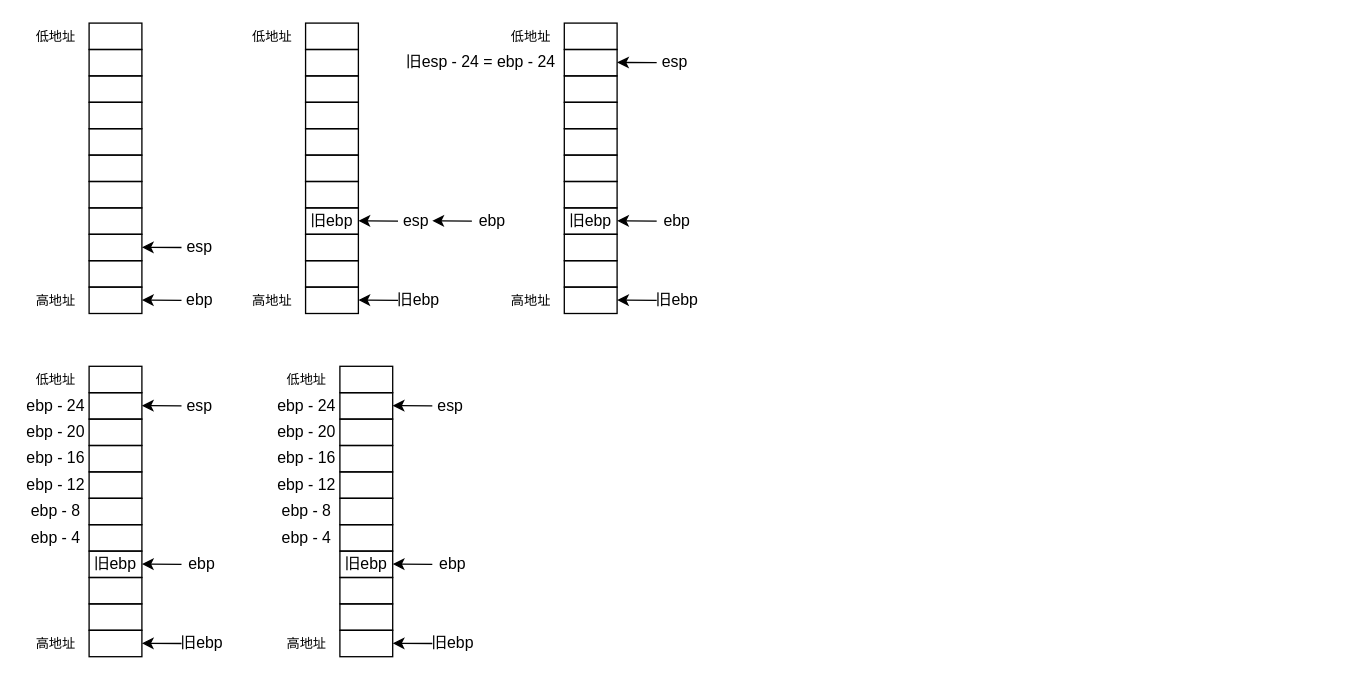
Earlier version of the draw.io diagram 绘图/栈.drawio (galaxynn/PostgraduateEntranceExams). Source tidied: cells renumbered, new cells numbered last; positions are measured from the earlier drawing's top-left corner, leaving out a move shared by most shapes. Both pictures are drawn from the tidied source at 132%, with x=0, y=0 at pixel (22, 22).
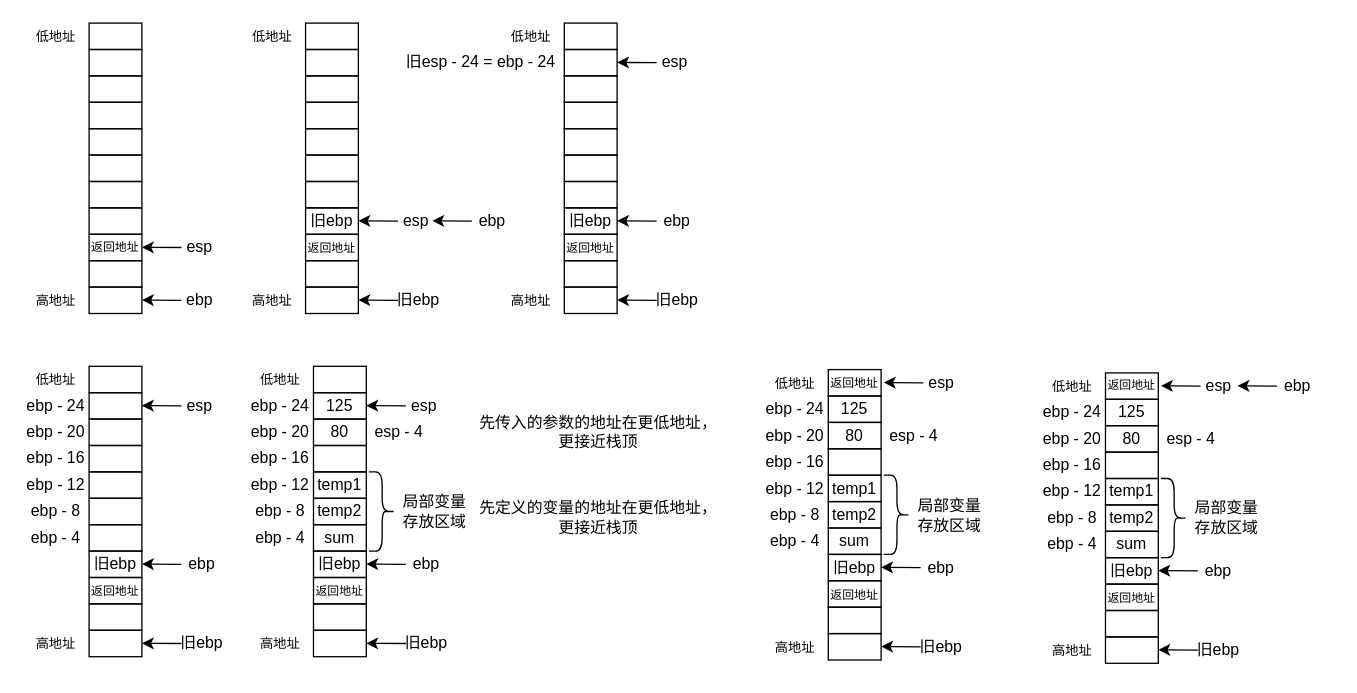
After the change.

Commit message:
vault backup: 2026-08-27 11:18:49

The edit, as a diff of the source:
```diff
@@
-    <mxCell id="10" style="rounded=0;whiteSpace=wrap;html=1;fillColor=none;" parent="1" vertex="1">
+    <mxCell id="10" value="返回地址" style="rounded=0;whiteSpace=wrap;html=1;fillColor=none;fontSize=9;" parent="1" vertex="1">
       <mxGeometry x="50" y="160" width="40" height="20" as="geometry" />
     </mxCell>
@@
-    <mxCell id="29" style="rounded=0;whiteSpace=wrap;html=1;fillColor=none;" parent="1" vertex="1">
+    <mxCell id="29" value="&lt;span style=&quot;font-size: 9px;&quot;&gt;返回地址&lt;/span&gt;" style="rounded=0;whiteSpace=wrap;html=1;fillColor=none;" parent="1" vertex="1">
       <mxGeometry x="214" y="160" width="40" height="20" as="geometry" />
     </mxCell>
@@
-    <mxCell id="51" style="rounded=0;whiteSpace=wrap;html=1;fillColor=none;" parent="1" vertex="1">
+    <mxCell id="51" value="&lt;span style=&quot;font-size: 9px;&quot;&gt;返回地址&lt;/span&gt;" style="rounded=0;whiteSpace=wrap;html=1;fillColor=none;" parent="1" vertex="1">
       <mxGeometry x="410" y="160" width="40" height="20" as="geometry" />
     </mxCell>
@@
-    <mxCell id="73" style="rounded=0;whiteSpace=wrap;html=1;fillColor=none;" parent="1" vertex="1">
+    <mxCell id="73" value="&lt;span style=&quot;font-size: 9px;&quot;&gt;返回地址&lt;/span&gt;" style="rounded=0;whiteSpace=wrap;html=1;fillColor=none;" parent="1" vertex="1">
       <mxGeometry x="50" y="420" width="40" height="20" as="geometry" />
     </mxCell>
@@
     <mxCell id="94" style="rounded=0;whiteSpace=wrap;html=1;fillColor=none;" parent="1" vertex="1">
-      <mxGeometry x="240" y="260" width="40" height="20" as="geometry" />
+      <mxGeometry x="220" y="260" width="40" height="20" as="geometry" />
     </mxCell>
-    <mxCell id="95" style="rounded=0;whiteSpace=wrap;html=1;fillColor=none;" parent="1" vertex="1">
-      <mxGeometry x="240" y="280" width="40" height="20" as="geometry" />
+    <mxCell id="95" value="125" style="rounded=0;whiteSpace=wrap;html=1;fillColor=none;" parent="1" vertex="1">
+      <mxGeometry x="220" y="280" width="40" height="20" as="geometry" />
     </mxCell>
-    <mxCell id="96" style="rounded=0;whiteSpace=wrap;html=1;fillColor=none;" parent="1" vertex="1">
-      <mxGeometry x="240" y="300" width="40" height="20" as="geometry" />
+    <mxCell id="96" value="80" style="rounded=0;whiteSpace=wrap;html=1;fillColor=none;" parent="1" vertex="1">
+      <mxGeometry x="220" y="300" width="40" height="20" as="geometry" />
     </mxCell>
     <mxCell id="97" style="rounded=0;whiteSpace=wrap;html=1;fillColor=none;" parent="1" vertex="1">
-      <mxGeometry x="240" y="320" width="40" height="20" as="geometry" />
+      <mxGeometry x="220" y="320" width="40" height="20" as="geometry" />
     </mxCell>
-    <mxCell id="98" style="rounded=0;whiteSpace=wrap;html=1;fillColor=none;" parent="1" vertex="1">
-      <mxGeometry x="240" y="340" width="40" height="20" as="geometry" />
+    <mxCell id="98" value="temp1" style="rounded=0;whiteSpace=wrap;html=1;fillColor=none;" parent="1" vertex="1">
+      <mxGeometry x="220" y="340" width="40" height="20" as="geometry" />
     </mxCell>
-    <mxCell id="99" style="rounded=0;whiteSpace=wrap;html=1;fillColor=none;" parent="1" vertex="1">
-      <mxGeometry x="240" y="360" width="40" height="20" as="geometry" />
+    <mxCell id="99" value="temp2" style="rounded=0;whiteSpace=wrap;html=1;fillColor=none;" parent="1" vertex="1">
+      <mxGeometry x="220" y="360" width="40" height="20" as="geometry" />
     </mxCell>
-    <mxCell id="100" style="rounded=0;whiteSpace=wrap;html=1;fillColor=none;" parent="1" vertex="1">
-      <mxGeometry x="240" y="380" width="40" height="20" as="geometry" />
+    <mxCell id="100" value="sum" style="rounded=0;whiteSpace=wrap;html=1;fillColor=none;" parent="1" vertex="1">
+      <mxGeometry x="220" y="380" width="40" height="20" as="geometry" />
     </mxCell>
     <mxCell id="101" value="旧ebp" style="rounded=0;whiteSpace=wrap;html=1;fillColor=none;" parent="1" vertex="1">
-      <mxGeometry x="240" y="400" width="40" height="20" as="geometry" />
+      <mxGeometry x="220" y="400" width="40" height="20" as="geometry" />
     </mxCell>
-    <mxCell id="102" style="rounded=0;whiteSpace=wrap;html=1;fillColor=none;" parent="1" vertex="1">
-      <mxGeometry x="240" y="420" width="40" height="20" as="geometry" />
+    <mxCell id="102" value="&lt;span style=&quot;font-size: 9px;&quot;&gt;返回地址&lt;/span&gt;" style="rounded=0;whiteSpace=wrap;html=1;fillColor=none;" parent="1" vertex="1">
+      <mxGeometry x="220" y="420" width="40" height="20" as="geometry" />
     </mxCell>
     <mxCell id="103" style="rounded=0;whiteSpace=wrap;html=1;fillColor=none;" parent="1" vertex="1">
-      <mxGeometry x="240" y="440" width="40" height="20" as="geometry" />
+      <mxGeometry x="220" y="440" width="40" height="20" as="geometry" />
     </mxCell>
     <mxCell id="104" value="高地址" style="text;html=1;align=center;verticalAlign=middle;whiteSpace=wrap;rounded=0;fontSize=10;" parent="1" vertex="1">
-      <mxGeometry x="190" y="460" width="50" height="20" as="geometry" />
+      <mxGeometry x="170" y="460" width="50" height="20" as="geometry" />
     </mxCell>
     <mxCell id="105" value="低地址" style="text;html=1;align=center;verticalAlign=middle;whiteSpace=wrap;rounded=0;fontSize=10;" parent="1" vertex="1">
-      <mxGeometry x="190" y="260" width="50" height="20" as="geometry" />
+      <mxGeometry x="170" y="260" width="50" height="20" as="geometry" />
     </mxCell>
     <mxCell id="106" style="rounded=0;whiteSpace=wrap;html=1;fillColor=none;" parent="1" vertex="1">
-      <mxGeometry x="240" y="460" width="40" height="20" as="geometry" />
+      <mxGeometry x="220" y="460" width="40" height="20" as="geometry" />
     </mxCell>
     <mxCell id="107" style="group;" parent="1" vertex="1">
-      <mxGeometry x="280" y="455" width="74" height="30" as="geometry" />
+      <mxGeometry x="260" y="455" width="74" height="30" as="geometry" />
     </mxCell>
@@
     <mxCell id="110" style="group;" parent="1" vertex="1">
-      <mxGeometry x="280" y="275" width="74" height="30" as="geometry" />
+      <mxGeometry x="260" y="275" width="74" height="30" as="geometry" />
     </mxCell>
@@
     <mxCell id="113" style="group;" parent="1" vertex="1">
-      <mxGeometry x="280" y="395" width="74" height="30" as="geometry" />
+      <mxGeometry x="260" y="395" width="74" height="30" as="geometry" />
     </mxCell>
@@
     <mxCell id="116" value="ebp - 24" style="text;html=1;align=center;verticalAlign=middle;whiteSpace=wrap;rounded=0;" parent="1" vertex="1">
-      <mxGeometry x="190" y="280" width="50" height="20" as="geometry" />
+      <mxGeometry x="170" y="280" width="50" height="20" as="geometry" />
     </mxCell>
     <mxCell id="117" value="ebp - 20" style="text;html=1;align=center;verticalAlign=middle;whiteSpace=wrap;rounded=0;" parent="1" vertex="1">
-      <mxGeometry x="190" y="300" width="50" height="20" as="geometry" />
+      <mxGeometry x="170" y="300" width="50" height="20" as="geometry" />
     </mxCell>
     <mxCell id="118" value="ebp - 16" style="text;html=1;align=center;verticalAlign=middle;whiteSpace=wrap;rounded=0;" parent="1" vertex="1">
-      <mxGeometry x="190" y="320" width="50" height="20" as="geometry" />
+      <mxGeometry x="170" y="320" width="50" height="20" as="geometry" />
     </mxCell>
     <mxCell id="119" value="ebp - 12" style="text;html=1;align=center;verticalAlign=middle;whiteSpace=wrap;rounded=0;" parent="1" vertex="1">
-      <mxGeometry x="190" y="340" width="50" height="20" as="geometry" />
+      <mxGeometry x="170" y="340" width="50" height="20" as="geometry" />
     </mxCell>
     <mxCell id="120" value="ebp - 8" style="text;html=1;align=center;verticalAlign=middle;whiteSpace=wrap;rounded=0;" parent="1" vertex="1">
-      <mxGeometry x="190" y="360" width="50" height="20" as="geometry" />
+      <mxGeometry x="170" y="360" width="50" height="20" as="geometry" />
     </mxCell>
     <mxCell id="121" value="ebp - 4" style="text;html=1;align=center;verticalAlign=middle;whiteSpace=wrap;rounded=0;" parent="1" vertex="1">
-      <mxGeometry x="190" y="380" width="50" height="20" as="geometry" />
+      <mxGeometry x="170" y="380" width="50" height="20" as="geometry" />
     </mxCell>
+    <mxCell id="122" value="先定义的变量的地址在更低地址，更接近栈顶" style="text;html=1;align=center;verticalAlign=middle;whiteSpace=wrap;rounded=0;" parent="1" vertex="1">
+      <mxGeometry x="342" y="360" width="188" height="30" as="geometry" />
+    </mxCell>
+    <mxCell id="123" value="先传入的参数的地址在更低地址，更接近栈顶" style="text;html=1;align=center;verticalAlign=middle;whiteSpace=wrap;rounded=0;" parent="1" vertex="1">
+      <mxGeometry x="342" y="295" width="188" height="30" as="geometry" />
+    </mxCell>
+    <mxCell id="124" value="esp - 4" style="text;html=1;align=center;verticalAlign=middle;whiteSpace=wrap;rounded=0;" parent="1" vertex="1">
+      <mxGeometry x="260" y="300" width="50" height="20" as="geometry" />
+    </mxCell>
+    <mxCell id="125" style="shape=curlyBracket;whiteSpace=wrap;html=1;rounded=1;flipH=1;labelPosition=right;verticalLabelPosition=middle;align=left;verticalAlign=middle;size=0.5;" parent="1" vertex="1">
+      <mxGeometry x="262" y="340" width="20" height="60" as="geometry" />
+    </mxCell>
+    <mxCell id="126" value="局部变量存放区域" style="text;html=1;align=center;verticalAlign=middle;whiteSpace=wrap;rounded=0;" parent="1" vertex="1">
+      <mxGeometry x="282" y="355" width="60" height="30" as="geometry" />
+    </mxCell>
+    <mxCell id="127" value="返回地址" style="rounded=0;whiteSpace=wrap;html=1;fillColor=none;fontSize=9;" parent="1" vertex="1">
+      <mxGeometry x="610" y="262.5" width="40" height="20" as="geometry" />
+    </mxCell>
+    <mxCell id="128" value="125" style="rounded=0;whiteSpace=wrap;html=1;fillColor=none;" parent="1" vertex="1">
+      <mxGeometry x="610" y="282.5" width="40" height="20" as="geometry" />
+    </mxCell>
+    <mxCell id="129" value="80" style="rounded=0;whiteSpace=wrap;html=1;fillColor=none;" parent="1" vertex="1">
+      <mxGeometry x="610" y="302.5" width="40" height="20" as="geometry" />
+    </mxCell>
+    <mxCell id="130" style="rounded=0;whiteSpace=wrap;html=1;fillColor=none;" parent="1" vertex="1">
+      <mxGeometry x="610" y="322.5" width="40" height="20" as="geometry" />
+    </mxCell>
+    <mxCell id="131" value="temp1" style="rounded=0;whiteSpace=wrap;html=1;fillColor=none;" parent="1" vertex="1">
+      <mxGeometry x="610" y="342.5" width="40" height="20" as="geometry" />
+    </mxCell>
+    <mxCell id="132" value="temp2" style="rounded=0;whiteSpace=wrap;html=1;fillColor=none;" parent="1" vertex="1">
+      <mxGeometry x="610" y="362.5" width="40" height="20" as="geometry" />
+    </mxCell>
+    <mxCell id="133" value="sum" style="rounded=0;whiteSpace=wrap;html=1;fillColor=none;" parent="1" vertex="1">
+      <mxGeometry x="610" y="382.5" width="40" height="20" as="geometry" />
+    </mxCell>
+    <mxCell id="134" value="旧ebp" style="rounded=0;whiteSpace=wrap;html=1;fillColor=none;" parent="1" vertex="1">
+      <mxGeometry x="610" y="402.5" width="40" height="20" as="geometry" />
+    </mxCell>
+    <mxCell id="135" value="&lt;span style=&quot;font-size: 9px;&quot;&gt;返回地址&lt;/span&gt;" style="rounded=0;whiteSpace=wrap;html=1;fillColor=none;" parent="1" vertex="1">
+      <mxGeometry x="610" y="422.5" width="40" height="20" as="geometry" />
+    </mxCell>
+    <mxCell id="136" style="rounded=0;whiteSpace=wrap;html=1;fillColor=none;" parent="1" vertex="1">
+      <mxGeometry x="610" y="442.5" width="40" height="20" as="geometry" />
+    </mxCell>
+    <mxCell id="137" value="高地址" style="text;html=1;align=center;verticalAlign=middle;whiteSpace=wrap;rounded=0;fontSize=10;" parent="1" vertex="1">
+      <mxGeometry x="560" y="462.5" width="50" height="20" as="geometry" />
+    </mxCell>
+    <mxCell id="138" value="低地址" style="text;html=1;align=center;verticalAlign=middle;whiteSpace=wrap;rounded=0;fontSize=10;" parent="1" vertex="1">
+      <mxGeometry x="560" y="262.5" width="50" height="20" as="geometry" />
+    </mxCell>
+    <mxCell id="139" style="rounded=0;whiteSpace=wrap;html=1;fillColor=none;" parent="1" vertex="1">
+      <mxGeometry x="610" y="462.5" width="40" height="20" as="geometry" />
+    </mxCell>
+    <mxCell id="140" style="group;" parent="1" vertex="1">
+      <mxGeometry x="650" y="457.5" width="74" height="30" as="geometry" />
+    </mxCell>
+    <mxCell id="141" style="endArrow=classic;html=1;rounded=0;" parent="140" edge="1">
+      <mxGeometry relative="1" as="geometry">
+        <mxPoint x="30" y="15" as="sourcePoint" />
+        <mxPoint y="14.8" as="targetPoint" />
+      </mxGeometry>
+    </mxCell>
+    <mxCell id="142" value="&amp;nbsp;旧ebp" style="text;html=1;align=center;verticalAlign=middle;whiteSpace=wrap;rounded=0;" parent="140" vertex="1">
+      <mxGeometry x="14" width="60" height="30" as="geometry" />
+    </mxCell>
+    <mxCell id="143" style="group;" parent="1" vertex="1">
+      <mxGeometry x="652" y="257.5" width="74" height="30" as="geometry" />
+    </mxCell>
+    <mxCell id="144" style="endArrow=classic;html=1;rounded=0;" parent="143" edge="1">
+      <mxGeometry relative="1" as="geometry">
+        <mxPoint x="30" y="15" as="sourcePoint" />
+        <mxPoint y="14.8" as="targetPoint" />
+      </mxGeometry>
+    </mxCell>
+    <mxCell id="145" value="esp" style="text;html=1;align=center;verticalAlign=middle;whiteSpace=wrap;rounded=0;" parent="143" vertex="1">
+      <mxGeometry x="14" width="60" height="30" as="geometry" />
+    </mxCell>
+    <mxCell id="146" style="group;" parent="1" vertex="1">
+      <mxGeometry x="650" y="397.5" width="74" height="30" as="geometry" />
+    </mxCell>
+    <mxCell id="147" style="endArrow=classic;html=1;rounded=0;" parent="146" edge="1">
+      <mxGeometry relative="1" as="geometry">
+        <mxPoint x="30" y="15" as="sourcePoint" />
+        <mxPoint y="14.8" as="targetPoint" />
+      </mxGeometry>
+    </mxCell>
+    <mxCell id="148" value="&amp;nbsp;ebp" style="text;html=1;align=center;verticalAlign=middle;whiteSpace=wrap;rounded=0;" parent="146" vertex="1">
+      <mxGeometry x="14" width="60" height="30" as="geometry" />
+    </mxCell>
+    <mxCell id="149" value="ebp - 24" style="text;html=1;align=center;verticalAlign=middle;whiteSpace=wrap;rounded=0;" parent="1" vertex="1">
+      <mxGeometry x="560" y="282.5" width="50" height="20" as="geometry" />
+    </mxCell>
+    <mxCell id="150" value="ebp - 20" style="text;html=1;align=center;verticalAlign=middle;whiteSpace=wrap;rounded=0;" parent="1" vertex="1">
+      <mxGeometry x="560" y="302.5" width="50" height="20" as="geometry" />
+    </mxCell>
+    <mxCell id="151" value="ebp - 16" style="text;html=1;align=center;verticalAlign=middle;whiteSpace=wrap;rounded=0;" parent="1" vertex="1">
+      <mxGeometry x="560" y="322.5" width="50" height="20" as="geometry" />
+    </mxCell>
+    <mxCell id="152" value="ebp - 12" style="text;html=1;align=center;verticalAlign=middle;whiteSpace=wrap;rounded=0;" parent="1" vertex="1">
+      <mxGeometry x="560" y="342.5" width="50" height="20" as="geometry" />
+    </mxCell>
+    <mxCell id="153" value="ebp - 8" style="text;html=1;align=center;verticalAlign=middle;whiteSpace=wrap;rounded=0;" parent="1" vertex="1">
+      <mxGeometry x="560" y="362.5" width="50" height="20" as="geometry" />
+    </mxCell>
+    <mxCell id="154" value="ebp - 4" style="text;html=1;align=center;verticalAlign=middle;whiteSpace=wrap;rounded=0;" parent="1" vertex="1">
+      <mxGeometry x="560" y="382.5" width="50" height="20" as="geometry" />
+    </mxCell>
+    <mxCell id="155" value="esp - 4" style="text;html=1;align=center;verticalAlign=middle;whiteSpace=wrap;rounded=0;" parent="1" vertex="1">
+      <mxGeometry x="650" y="302.5" width="50" height="20" as="geometry" />
+    </mxCell>
+    <mxCell id="156" style="shape=curlyBracket;whiteSpace=wrap;html=1;rounded=1;flipH=1;labelPosition=right;verticalLabelPosition=middle;align=left;verticalAlign=middle;size=0.5;" parent="1" vertex="1">
+      <mxGeometry x="652" y="342.5" width="20" height="60" as="geometry" />
+    </mxCell>
+    <mxCell id="157" value="局部变量存放区域" style="text;html=1;align=center;verticalAlign=middle;whiteSpace=wrap;rounded=0;" parent="1" vertex="1">
+      <mxGeometry x="672" y="357.5" width="60" height="30" as="geometry" />
+    </mxCell>
+    <mxCell id="158" value="返回地址" style="rounded=0;whiteSpace=wrap;html=1;fillColor=none;fontSize=9;" parent="1" vertex="1">
+      <mxGeometry x="820" y="265" width="40" height="20" as="geometry" />
+    </mxCell>
+    <mxCell id="159" value="125" style="rounded=0;whiteSpace=wrap;html=1;fillColor=none;" parent="1" vertex="1">
+      <mxGeometry x="820" y="285" width="40" height="20" as="geometry" />
+    </mxCell>
+    <mxCell id="160" value="80" style="rounded=0;whiteSpace=wrap;html=1;fillColor=none;" parent="1" vertex="1">
+      <mxGeometry x="820" y="305" width="40" height="20" as="geometry" />
+    </mxCell>
+    <mxCell id="161" style="rounded=0;whiteSpace=wrap;html=1;fillColor=none;" parent="1" vertex="1">
+      <mxGeometry x="820" y="325" width="40" height="20" as="geometry" />
+    </mxCell>
+    <mxCell id="162" value="temp1" style="rounded=0;whiteSpace=wrap;html=1;fillColor=none;" parent="1" vertex="1">
+      <mxGeometry x="820" y="345" width="40" height="20" as="geometry" />
+    </mxCell>
+    <mxCell id="163" value="temp2" style="rounded=0;whiteSpace=wrap;html=1;fillColor=none;" parent="1" vertex="1">
+      <mxGeometry x="820" y="365" width="40" height="20" as="geometry" />
+    </mxCell>
+    <mxCell id="164" value="sum" style="rounded=0;whiteSpace=wrap;html=1;fillColor=none;" parent="1" vertex="1">
+      <mxGeometry x="820" y="385" width="40" height="20" as="geometry" />
+    </mxCell>
+    <mxCell id="165" value="旧ebp" style="rounded=0;whiteSpace=wrap;html=1;fillColor=none;" parent="1" vertex="1">
+      <mxGeometry x="820" y="405" width="40" height="20" as="geometry" />
+    </mxCell>
+    <mxCell id="166" value="&lt;span style=&quot;font-size: 9px;&quot;&gt;返回地址&lt;/span&gt;" style="rounded=0;whiteSpace=wrap;html=1;fillColor=none;" parent="1" vertex="1">
+      <mxGeometry x="820" y="425" width="40" height="20" as="geometry" />
+    </mxCell>
+    <mxCell id="167" style="rounded=0;whiteSpace=wrap;html=1;fillColor=none;" parent="1" vertex="1">
+      <mxGeometry x="820" y="445" width="40" height="20" as="geometry" />
+    </mxCell>
+    <mxCell id="168" value="高地址" style="text;html=1;align=center;verticalAlign=middle;whiteSpace=wrap;rounded=0;fontSize=10;" parent="1" vertex="1">
+      <mxGeometry x="770" y="465" width="50" height="20" as="geometry" />
+    </mxCell>
+    <mxCell id="169" value="低地址" style="text;html=1;align=center;verticalAlign=middle;whiteSpace=wrap;rounded=0;fontSize=10;" parent="1" vertex="1">
+      <mxGeometry x="770" y="265" width="50" height="20" as="geometry" />
+    </mxCell>
+    <mxCell id="170" style="rounded=0;whiteSpace=wrap;html=1;fillColor=none;" parent="1" vertex="1">
+      <mxGeometry x="820" y="465" width="40" height="20" as="geometry" />
+    </mxCell>
+    <mxCell id="171" style="group;" parent="1" vertex="1">
+      <mxGeometry x="860" y="460" width="74" height="30" as="geometry" />
+    </mxCell>
+    <mxCell id="172" style="endArrow=classic;html=1;rounded=0;" parent="171" edge="1">
+      <mxGeometry relative="1" as="geometry">
+        <mxPoint x="30" y="15" as="sourcePoint" />
+        <mxPoint y="14.8" as="targetPoint" />
+      </mxGeometry>
+    </mxCell>
+    <mxCell id="173" value="&amp;nbsp;旧ebp" style="text;html=1;align=center;verticalAlign=middle;whiteSpace=wrap;rounded=0;" parent="171" vertex="1">
+      <mxGeometry x="14" width="60" height="30" as="geometry" />
+    </mxCell>
+    <mxCell id="174" style="group;" parent="1" vertex="1">
+      <mxGeometry x="862" y="260" width="74" height="30" as="geometry" />
+    </mxCell>
+    <mxCell id="175" style="endArrow=classic;html=1;rounded=0;" parent="174" edge="1">
+      <mxGeometry relative="1" as="geometry">
+        <mxPoint x="30" y="15" as="sourcePoint" />
+        <mxPoint y="14.8" as="targetPoint" />
+      </mxGeometry>
+    </mxCell>
+    <mxCell id="176" value="esp" style="text;html=1;align=center;verticalAlign=middle;whiteSpace=wrap;rounded=0;" parent="174" vertex="1">
+      <mxGeometry x="14" width="60" height="30" as="geometry" />
+    </mxCell>
+    <mxCell id="177" style="group;" parent="1" vertex="1">
+      <mxGeometry x="860" y="400" width="74" height="30" as="geometry" />
+    </mxCell>
+    <mxCell id="178" style="endArrow=classic;html=1;rounded=0;" parent="177" edge="1">
+      <mxGeometry relative="1" as="geometry">
+        <mxPoint x="30" y="15" as="sourcePoint" />
+        <mxPoint y="14.8" as="targetPoint" />
+      </mxGeometry>
+    </mxCell>
+    <mxCell id="179" value="&amp;nbsp;ebp" style="text;html=1;align=center;verticalAlign=middle;whiteSpace=wrap;rounded=0;" parent="177" vertex="1">
+      <mxGeometry x="14" width="60" height="30" as="geometry" />
+    </mxCell>
+    <mxCell id="180" value="ebp - 24" style="text;html=1;align=center;verticalAlign=middle;whiteSpace=wrap;rounded=0;" parent="1" vertex="1">
+      <mxGeometry x="770" y="285" width="50" height="20" as="geometry" />
+    </mxCell>
+    <mxCell id="181" value="ebp - 20" style="text;html=1;align=center;verticalAlign=middle;whiteSpace=wrap;rounded=0;" parent="1" vertex="1">
+      <mxGeometry x="770" y="305" width="50" height="20" as="geometry" />
+    </mxCell>
+    <mxCell id="182" value="ebp - 16" style="text;html=1;align=center;verticalAlign=middle;whiteSpace=wrap;rounded=0;" parent="1" vertex="1">
+      <mxGeometry x="770" y="325" width="50" height="20" as="geometry" />
+    </mxCell>
+    <mxCell id="183" value="ebp - 12" style="text;html=1;align=center;verticalAlign=middle;whiteSpace=wrap;rounded=0;" parent="1" vertex="1">
+      <mxGeometry x="770" y="345" width="50" height="20" as="geometry" />
+    </mxCell>
+    <mxCell id="184" value="ebp - 8" style="text;html=1;align=center;verticalAlign=middle;whiteSpace=wrap;rounded=0;" parent="1" vertex="1">
+      <mxGeometry x="770" y="365" width="50" height="20" as="geometry" />
+    </mxCell>
+    <mxCell id="185" value="ebp - 4" style="text;html=1;align=center;verticalAlign=middle;whiteSpace=wrap;rounded=0;" parent="1" vertex="1">
+      <mxGeometry x="770" y="385" width="50" height="20" as="geometry" />
+    </mxCell>
+    <mxCell id="186" value="esp - 4" style="text;html=1;align=center;verticalAlign=middle;whiteSpace=wrap;rounded=0;" parent="1" vertex="1">
+      <mxGeometry x="860" y="305" width="50" height="20" as="geometry" />
+    </mxCell>
+    <mxCell id="187" style="shape=curlyBracket;whiteSpace=wrap;html=1;rounded=1;flipH=1;labelPosition=right;verticalLabelPosition=middle;align=left;verticalAlign=middle;size=0.5;" parent="1" vertex="1">
+      <mxGeometry x="862" y="345" width="20" height="60" as="geometry" />
+    </mxCell>
+    <mxCell id="188" value="局部变量存放区域" style="text;html=1;align=center;verticalAlign=middle;whiteSpace=wrap;rounded=0;" parent="1" vertex="1">
+      <mxGeometry x="882" y="360" width="60" height="30" as="geometry" />
+    </mxCell>
+    <mxCell id="189" style="group;" parent="1" vertex="1">
+      <mxGeometry x="920" y="260" width="74" height="30" as="geometry" />
+    </mxCell>
+    <mxCell id="190" style="endArrow=classic;html=1;rounded=0;" parent="189" edge="1">
+      <mxGeometry relative="1" as="geometry">
+        <mxPoint x="30" y="15" as="sourcePoint" />
+        <mxPoint y="14.8" as="targetPoint" />
+      </mxGeometry>
+    </mxCell>
+    <mxCell id="191" value="&amp;nbsp;ebp" style="text;html=1;align=center;verticalAlign=middle;whiteSpace=wrap;rounded=0;" parent="189" vertex="1">
+      <mxGeometry x="14" width="60" height="30" as="geometry" />
+    </mxCell>
```
